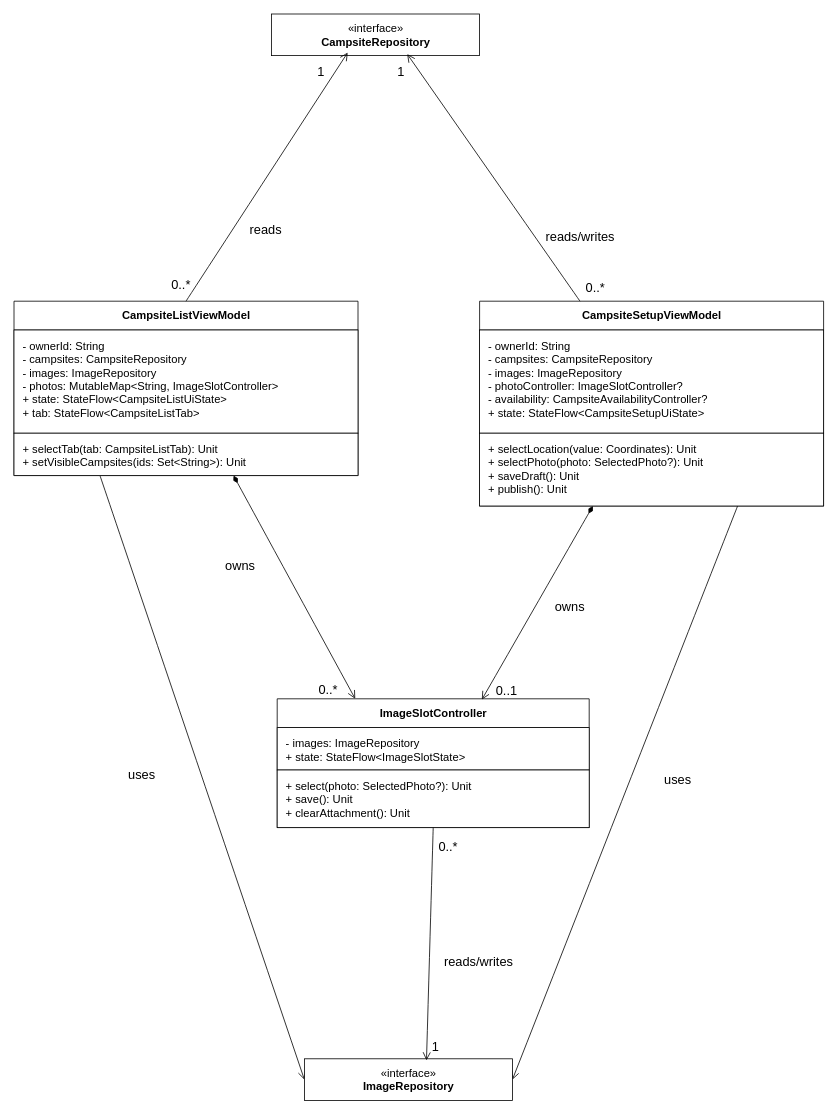
This is page "U2B" (2 of 2) of doc/UML.drawio from CMPUT301F26stderr/stderr-campsbridge, a draw.io file, before an edit. Source tidied: cells renumbered, new cells numbered last; positions are measured from the earlier drawing's top-left corner, leaving out a move shared by most shapes. Both pictures are drawn from the tidied source at 80%, with x=0, y=0 at pixel (14, 14).
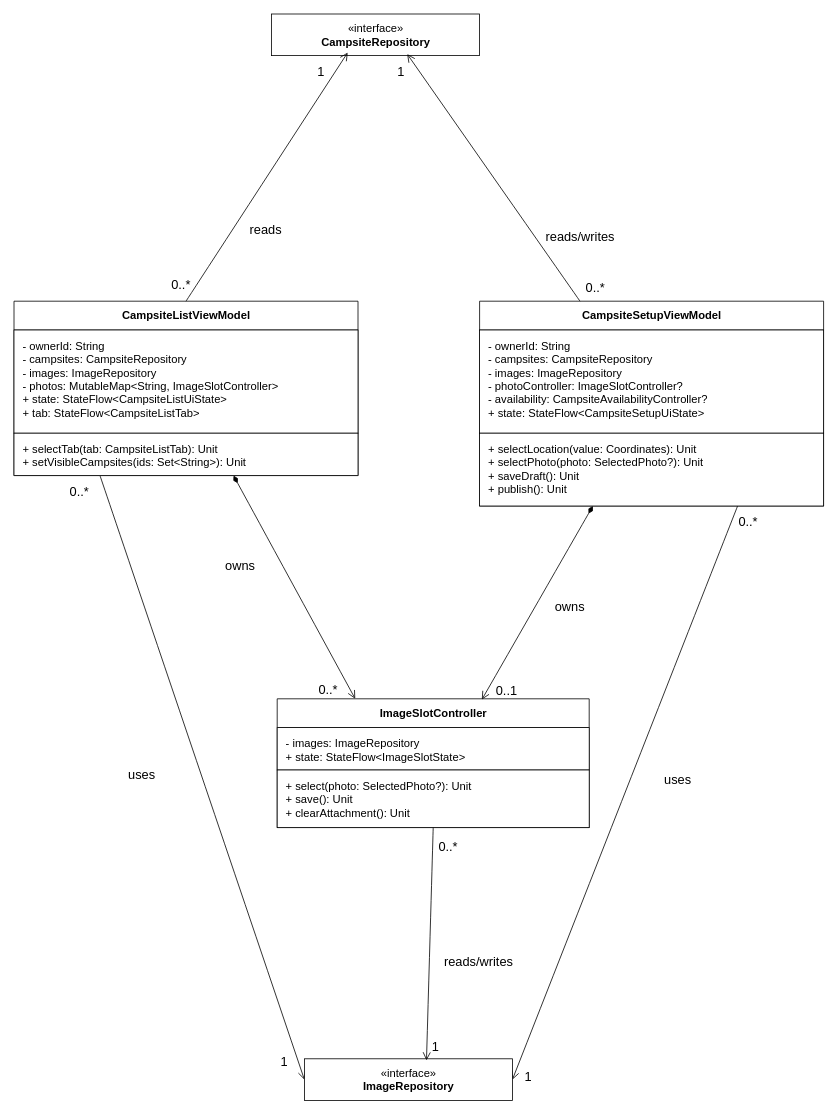
Above is the later version.

Diff of the diagram source:
```diff
@@
+    <mxCell id="35" value="0..*" style="text;html=1;whiteSpace=wrap;strokeColor=none;fillColor=none;align=center;verticalAlign=middle;rounded=0;fontSize=16;" parent="1" vertex="1">
+      <mxGeometry x="888" y="620" width="60" height="30" as="geometry" />
+    </mxCell>
+    <mxCell id="36" value="0..*" style="text;html=1;whiteSpace=wrap;strokeColor=none;fillColor=none;align=center;verticalAlign=middle;rounded=0;fontSize=16;" parent="1" vertex="1">
+      <mxGeometry x="52" y="582" width="60" height="30" as="geometry" />
+    </mxCell>
+    <mxCell id="37" value="1" style="text;html=1;whiteSpace=wrap;strokeColor=none;fillColor=none;align=center;verticalAlign=middle;rounded=0;fontSize=16;" parent="1" vertex="1">
+      <mxGeometry x="613" y="1313" width="60" height="30" as="geometry" />
+    </mxCell>
+    <mxCell id="38" value="1" style="text;html=1;whiteSpace=wrap;strokeColor=none;fillColor=none;align=center;verticalAlign=middle;rounded=0;fontSize=16;" parent="1" vertex="1">
+      <mxGeometry x="308" y="1295" width="60" height="30" as="geometry" />
+    </mxCell>
```
